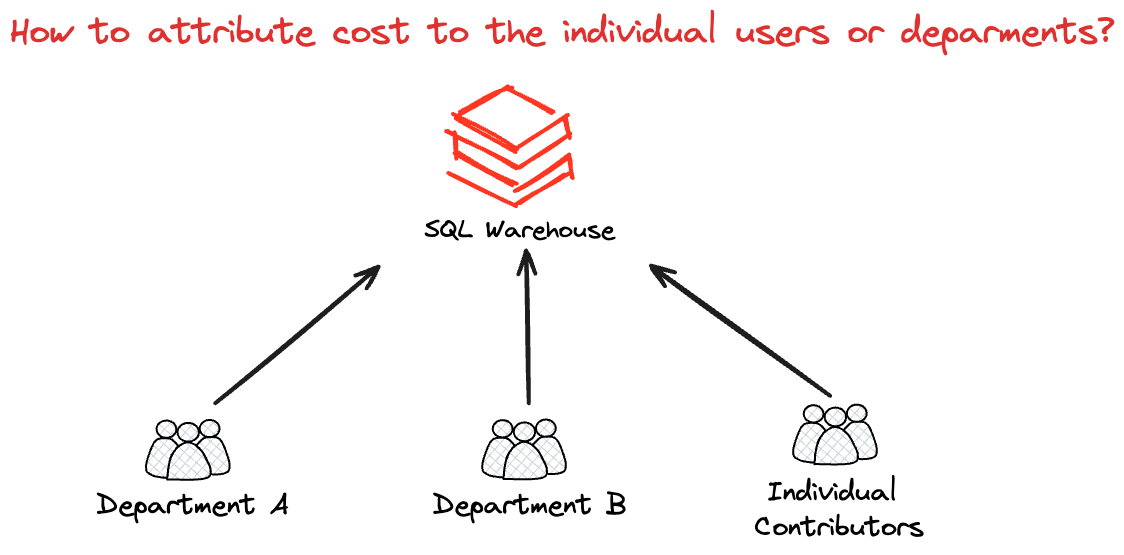
mwojtyczka/databricks-shared-clusters-cost-calculator keeps this Excalidraw diagram as docs/problem.png. Above is the earlier version. Source tidied: one line per element, renumbered; positions are measured from the earlier drawing's top-left corner, leaving out a move shared by most shapes.
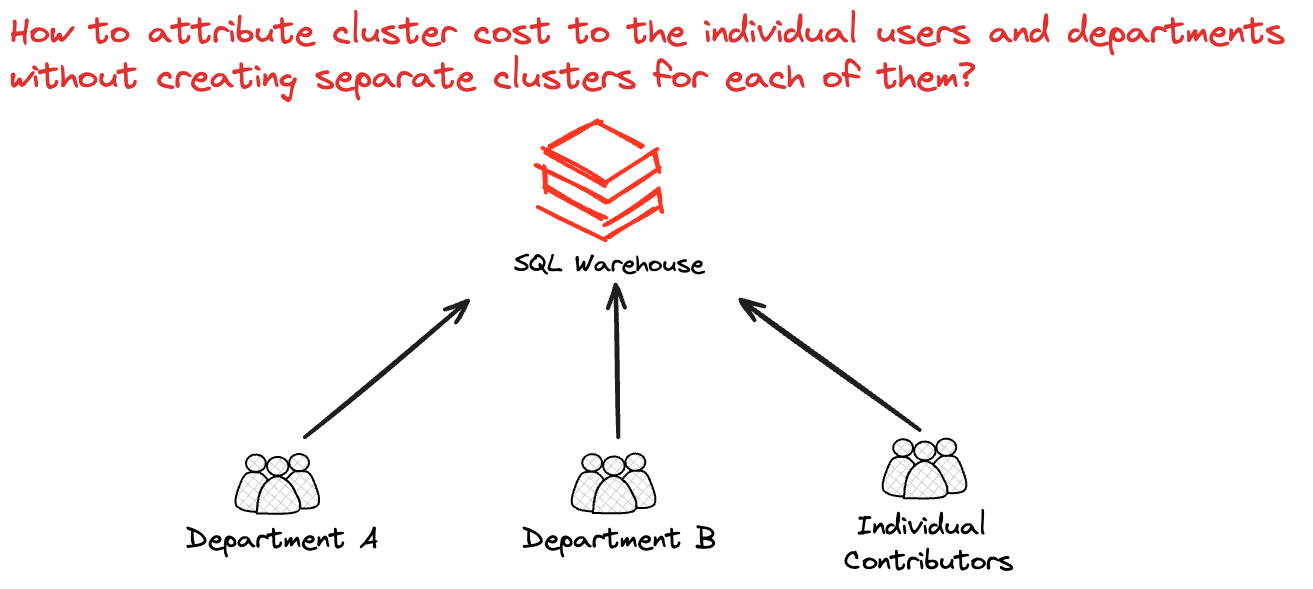
The same diagram one commit later.

Diff of the diagram source:
```diff
@@ -29,7 +29,7 @@
 {"id": 28, "type": "ellipse", "strokeColor": "#000000", "backgroundColor": "#ced4da", "fillStyle": "cross-hatch", "strokeWidth": 2, "roughness": 0, "x": 504, "y": 412, "width": 21, "height": 19}
 {"id": 29, "type": "line", "strokeColor": "#000000", "backgroundColor": "#ced4da", "fillStyle": "cross-hatch", "strokeWidth": 2, "roughness": 0, "round": true, "x": 522, "y": 435, "width": 33, "height": 37, "points": [[0, 0], [5, -6], [10, -8], [17, -9], [22, -8], [26, -4], [28, 2], [31, 8], [33, 14], [33, 20], [33, 25], [29, 27], [25, 28], [19, 29], [15, 28], [14, 22], [13, 19], [10, 13], [6, 6], [0, 0]]}
 {"id": 30, "type": "line", "strokeColor": "#000000", "backgroundColor": "#ced4da", "fillStyle": "cross-hatch", "strokeWidth": 2, "roughness": 0, "round": true, "x": 504, "y": 435, "width": 32, "height": 39, "points": [[0, 0], [-4, -4], [-8, -7], [-16, -8], [-21, -6], [-25, -2], [-27, 3], [-29, 9], [-31, 16], [-32, 21], [-31, 26], [-28, 28], [-24, 30], [-18, 31], [-11, 31], [-10, 24], [-10, 21], [-8, 15], [-5, 7], [0, 0]]}
-{"id": 31, "type": "text", "text": "How to attribute cost to the individual users or deparments?", "strokeColor": "#e03131", "backgroundColor": "#ffc9c9", "fillStyle": "hachure", "strokeWidth": 1, "roughness": 1, "fontSize": 36, "fontFamily": 1, "x": 0, "y": 0, "width": 1105, "height": 45}
+{"id": 31, "type": "text", "text": "How to attribute cluster cost to the individual users and departments \nwithout creating separate clusters for each of them?", "strokeColor": "#e03131", "backgroundColor": "#ffc9c9", "fillStyle": "hachure", "strokeWidth": 1, "roughness": 1, "fontSize": 36, "fontFamily": 1, "x": -89, "y": -34, "width": 1293, "height": 90}
 {"id": 32, "type": "text", "text": "Individual \nContributors", "strokeColor": "#000000", "backgroundColor": "white", "fillStyle": "solid", "strokeWidth": 1, "roughness": 1, "fontSize": 28, "fontFamily": 1, "textAlign": "center", "x": 745, "y": 465, "width": 169, "height": 70}
 {"id": 33, "type": "ellipse", "strokeColor": "#000000", "backgroundColor": "#ced4da", "fillStyle": "cross-hatch", "strokeWidth": 2, "roughness": 0, "x": 837, "y": 395, "width": 20, "height": 17}
 {"id": 34, "type": "ellipse", "strokeColor": "#000000", "backgroundColor": "#ced4da", "fillStyle": "cross-hatch", "strokeWidth": 2, "roughness": 0, "x": 794, "y": 395, "width": 20, "height": 17}
```
